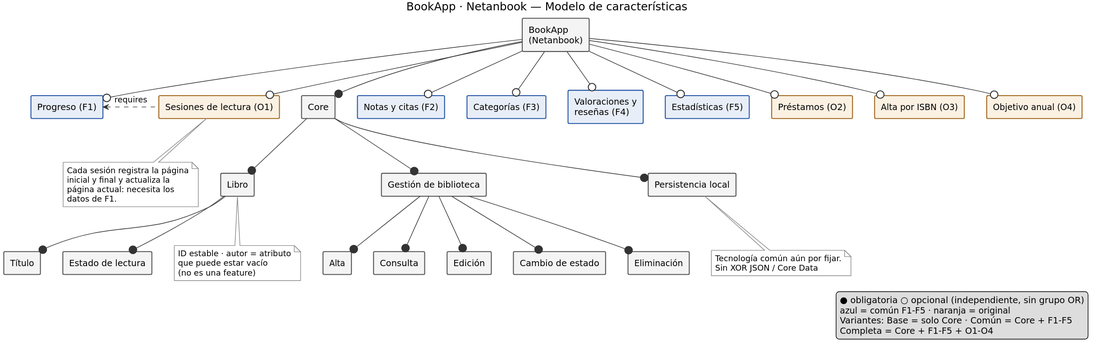
The PlantUML diagram docs/modelo-caracteristicas.svg in uallps/bookapp-netanbook, before a commit. Source of this version:
```plantuml
@startuml modelo-caracteristicas
skinparam defaultFontName DejaVu Sans
skinparam shadowing false
skinparam rectangle {
  BackgroundColor #F4F4F4
  BorderColor #555555
  RoundCorner 4
}
skinparam rectangle<<common>> {
  BackgroundColor #E8EEF8
  BorderColor #2456A6
}
skinparam rectangle<<original>> {
  BackgroundColor #FBF1E3
  BorderColor #A0661B
}
skinparam ArrowColor #333333
skinparam NoteBackgroundColor #FFFFFF
skinparam NoteBorderColor #888888
hide stereotype
title BookApp · Netanbook — Modelo de características

rectangle "BookApp\n(Netanbook)" as root

rectangle "Core" as core
rectangle "Libro" as libro
rectangle "Título" as titulo
rectangle "Estado de lectura" as estado
rectangle "Gestión de biblioteca" as gestion
rectangle "Alta" as alta
rectangle "Consulta" as consulta
rectangle "Edición" as edicion
rectangle "Cambio de estado" as cambio
rectangle "Eliminación" as eliminar
rectangle "Persistencia local" as persist

root -down-@ core
core -down-@ libro
core -down-@ gestion
core -down-@ persist
libro -down-@ titulo
libro -down-@ estado
gestion -down-@ alta
gestion -down-@ consulta
gestion -down-@ edicion
gestion -down-@ cambio
gestion -down-@ eliminar

note bottom of libro
  ID estable · autor = atributo
  que puede estar vacío
  (no es una feature)
end note
note bottom of persist
  Tecnología común aún por fijar.
  Sin XOR JSON / Core Data
end note

rectangle "Progreso (F1)" <<common>> as f1
rectangle "Notas y citas (F2)" <<common>> as f2
rectangle "Categorías (F3)" <<common>> as f3
rectangle "Valoraciones y\nreseñas (F4)" <<common>> as f4
rectangle "Estadísticas (F5)" <<common>> as f5

root -down-0 f1
root -down-0 f2
root -down-0 f3
root -down-0 f4
root -down-0 f5

rectangle "Sesiones de lectura (O1)" <<original>> as o1
rectangle "Préstamos (O2)" <<original>> as o2
rectangle "Alta por ISBN (O3)" <<original>> as o3
rectangle "Objetivo anual (O4)" <<original>> as o4

root -down-0 o1
root -down-0 o2
root -down-0 o3
root -down-0 o4

o1 .left.> f1 : requires
note bottom of o1
  Cada sesión registra la página
  inicial y final y actualiza la
  página actual: necesita los
  datos de F1.
end note

legend right
  ● obligatoria   ○ opcional (independiente, sin grupo OR)
  azul = común F1-F5 · naranja = original
  Variantes: Base = solo Core · Común = Core + F1-F5
  Completa = Core + F1-F5 + O1-O4
endlegend
@enduml
```
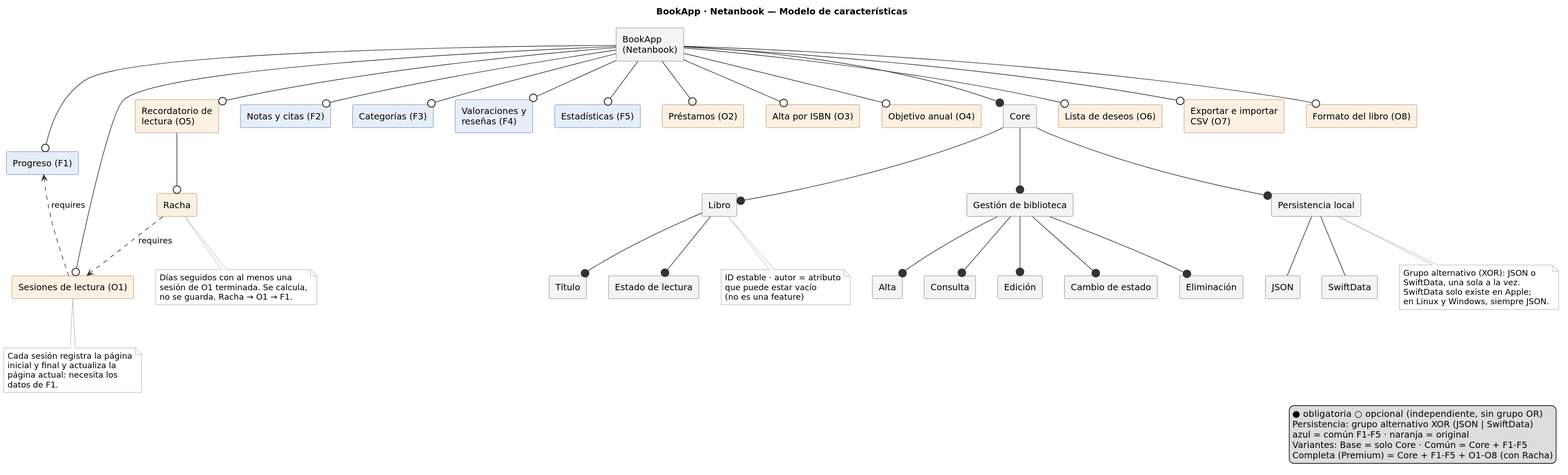
The same file after the commit.

Commit message:
Actualizacion de diagrama y cargue de plugins pendiente

What changed in the source:
```diff
@@ -1,4 +1,4 @@
-@startuml modelo-caracteristicas
+@startuml
 skinparam defaultFontName DejaVu Sans
 skinparam shadowing false
 skinparam rectangle {
@@ -51,9 +51,15 @@
   que puede estar vacío
   (no es una feature)
 end note
+rectangle "JSON" as json
+rectangle "SwiftData" as swiftdata
+persist -down- json
+persist -down- swiftdata
 note bottom of persist
-  Tecnología común aún por fijar.
-  Sin XOR JSON / Core Data
+  Grupo alternativo (XOR): JSON o
+  SwiftData, una sola a la vez.
+  SwiftData solo existe en Apple;
+  en Linux y Windows, siempre JSON.
 end note
 
 rectangle "Progreso (F1)" <<common>> as f1
@@ -72,11 +78,21 @@
 rectangle "Préstamos (O2)" <<original>> as o2
 rectangle "Alta por ISBN (O3)" <<original>> as o3
 rectangle "Objetivo anual (O4)" <<original>> as o4
+rectangle "Recordatorio de\nlectura (O5)" <<original>> as o5
+rectangle "Racha" <<original>> as racha
+rectangle "Lista de deseos (O6)" <<original>> as o6
+rectangle "Exportar e importar\nCSV (O7)" <<original>> as o7
+rectangle "Formato del libro (O8)" <<original>> as o8
 
 root -down-0 o1
 root -down-0 o2
 root -down-0 o3
 root -down-0 o4
+root -down-0 o5
+root -down-0 o6
+root -down-0 o7
+root -down-0 o8
+o5 -down-0 racha
 
 o1 .left.> f1 : requires
 note bottom of o1
@@ -86,10 +102,18 @@
   datos de F1.
 end note
 
+racha ..> o1 : requires
+note bottom of racha
+  Días seguidos con al menos una
+  sesión de O1 terminada. Se calcula,
+  no se guarda. Racha → O1 → F1.
+end note
+
 legend right
   ● obligatoria   ○ opcional (independiente, sin grupo OR)
+  Persistencia: grupo alternativo XOR (JSON | SwiftData)
   azul = común F1-F5 · naranja = original
   Variantes: Base = solo Core · Común = Core + F1-F5
-  Completa = Core + F1-F5 + O1-O4
+  Completa (Premium) = Core + F1-F5 + O1-O8 (con Racha)
 endlegend
 @enduml
```
